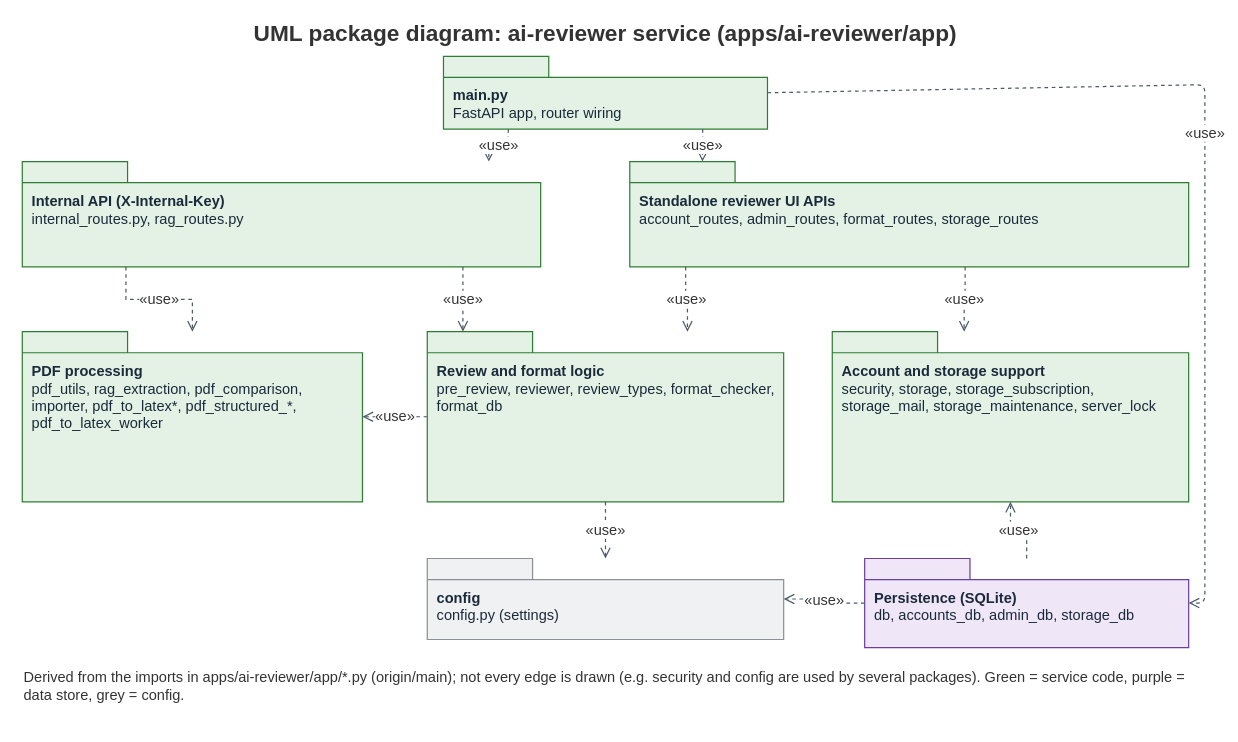
Khoa-Hoa-Technology-Solution-Company/lumi-gap keeps this draw.io diagram as docs/diagrams/report4/R4_Package_AiReviewer.drawio. Above is the earlier version. Source tidied: cells renumbered, new cells numbered last; positions are measured from the earlier drawing's top-left corner, leaving out a move shared by most shapes. Both pictures are drawn from the tidied source at 81%, with x=0, y=0 at pixel (14, 14).
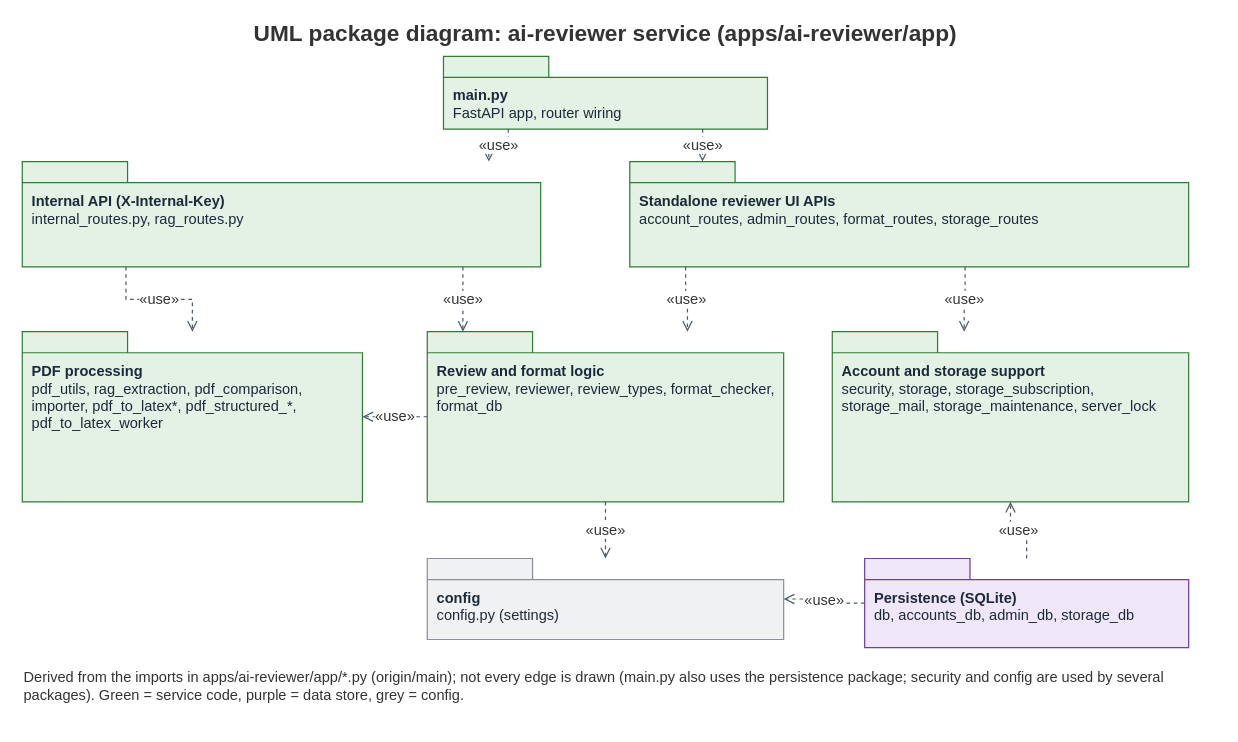
The same page after the edit.

The change refers to these unchanged cells:
```xml
<mxCell id="3" value="&lt;b&gt;main.py&lt;/b&gt;&lt;br&gt;FastAPI app, router wiring" style="shape=folder;tabWidth=130;tabHeight=26;tabPosition=left;whiteSpace=wrap;html=1;fillColor=#E3F2E5;strokeColor=#2E7D32;strokeWidth=1.5;fontColor=#1B2A3A;fontSize=18;align=left;verticalAlign=top;spacingLeft=10;spacingTop=32;spacingRight=8;" parent="1" vertex="1">
  <mxGeometry x="530" y="52" width="400" height="90" as="geometry" />
</mxCell>
<mxCell id="10" value="&lt;b&gt;Persistence (SQLite)&lt;/b&gt;&lt;br&gt;db, accounts_db, admin_db, storage_db" style="shape=folder;tabWidth=130;tabHeight=26;tabPosition=left;whiteSpace=wrap;html=1;fillColor=#EFE6F8;strokeColor=#6A3FA0;strokeWidth=1.5;fontColor=#1B2A3A;fontSize=18;align=left;verticalAlign=top;spacingLeft=10;spacingTop=32;spacingRight=8;" parent="1" vertex="1">
  <mxGeometry x="1050" y="672" width="400" height="110" as="geometry" />
</mxCell>
```

What changed in the source:
```diff
@@
-    <mxCell id="21" value="«use»" style="html=1;edgeStyle=none;endArrow=open;endFill=0;endSize=10;strokeColor=#4A5A6A;fontSize=18;fontColor=#333333;labelBackgroundColor=#FFFFFF;strokeWidth=1.5;dashed=1;exitX=1;exitY=0.5;exitDx=0;exitDy=0;entryX=1;entryY=0.5;entryDx=0;entryDy=0;" parent="1" edge="1" source="3" target="10">
-      <mxGeometry relative="1" as="geometry">
-        <Array as="points">
-          <mxPoint x="1470" y="87" />
-          <mxPoint x="1470" y="727" />
-        </Array>
-      </mxGeometry>
+    <mxCell id="21" value="Derived from the imports in apps/ai-reviewer/app/*.py (origin/main); not every edge is drawn (main.py also uses the persistence package; security and config are used by several packages). Green = service code, purple = data store, grey = config." style="text;html=1;whiteSpace=wrap;align=left;verticalAlign=top;fontSize=18;fontColor=#333333;" parent="1" vertex="1">
+      <mxGeometry x="10" y="802" width="1440" height="80" as="geometry" />
     </mxCell>
-    <mxCell id="22" value="Derived from the imports in apps/ai-reviewer/app/*.py (origin/main); not every edge is drawn (e.g. security and config are used by several packages). Green = service code, purple = data store, grey = config." style="text;html=1;whiteSpace=wrap;align=left;verticalAlign=top;fontSize=18;fontColor=#333333;" parent="1" vertex="1">
-      <mxGeometry x="10" y="802" width="1440" height="80" as="geometry" />
-    </mxCell>
```
